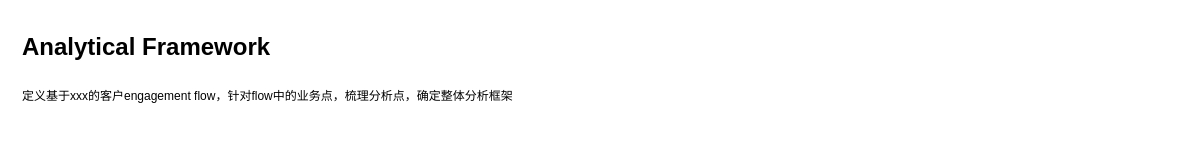
This is page "Analytical Framework" (2 of 2) of marketing_customer_journey.drawio from serendipityrj/shared, a draw.io file, before an edit. Source tidied: cells renumbered, new cells numbered last; positions are measured from the earlier drawing's top-left corner, leaving out a move shared by most shapes. Both pictures are drawn from the tidied source at 100%, with x=0, y=0 at pixel (17, 27).
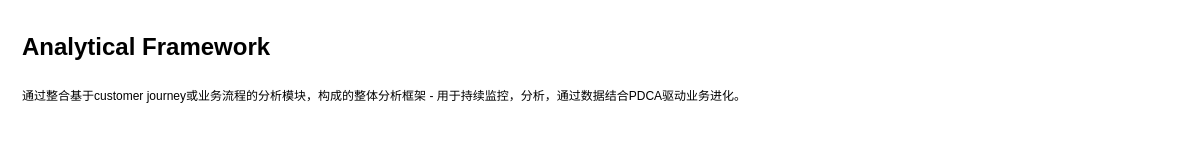
After the change.

The edit, as a diff of the source:
```diff
@@
 <mxGraphModel>
   <root>
     <mxCell id="0" />
     <mxCell id="1" parent="0" />
-    <mxCell id="2" value="&lt;h1&gt;&lt;span style=&quot;background-color: initial;&quot;&gt;Analytical Framework&lt;/span&gt;&lt;/h1&gt;&lt;h1&gt;&lt;span style=&quot;background-color: initial; font-size: 12px; font-weight: normal;&quot;&gt;定义基于xxx的客户engagement flow，针对flow中的业务点，梳理分析点，确定整体分析框架&lt;/span&gt;&lt;br&gt;&lt;/h1&gt;" style="text;html=1;strokeColor=none;fillColor=none;spacing=5;spacingTop=-20;whiteSpace=wrap;overflow=hidden;rounded=0;" parent="1" vertex="1">
+    <mxCell id="2" value="&lt;h1&gt;&lt;span style=&quot;background-color: initial;&quot;&gt;Analytical Framework&lt;/span&gt;&lt;/h1&gt;&lt;h1&gt;&lt;span style=&quot;font-size: 12px; font-weight: 400;&quot;&gt;通过整合基于customer journey或业务流程的分析模块，构成的整体分析框架 - 用于持续监控，分析，通过数据结合PDCA驱动业务进化。&lt;/span&gt;&lt;/h1&gt;" style="text;html=1;strokeColor=none;fillColor=none;spacing=5;spacingTop=-20;whiteSpace=wrap;overflow=hidden;rounded=0;" parent="1" vertex="1">
       <mxGeometry width="1150" height="120" as="geometry" />
     </mxCell>
   </root>
 </mxGraphModel>
```
